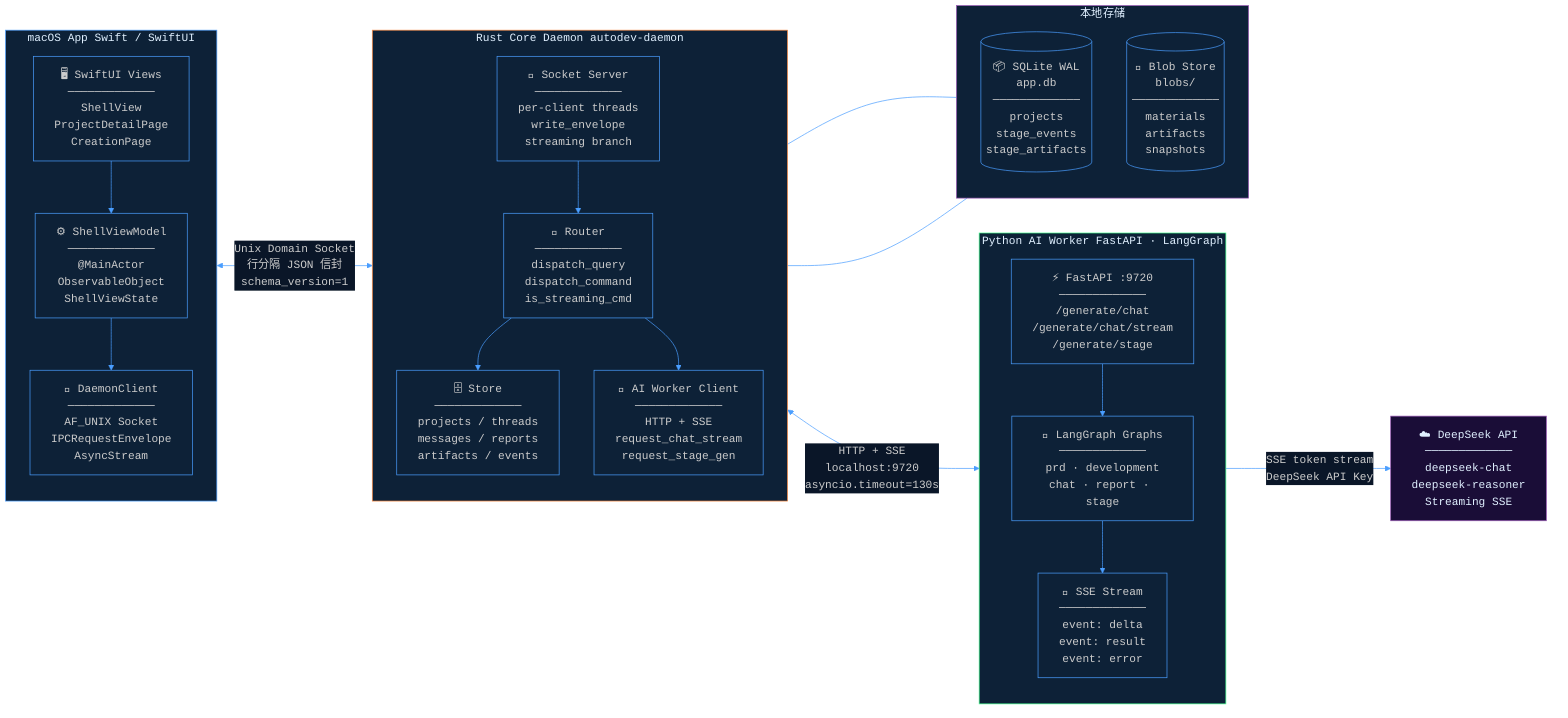
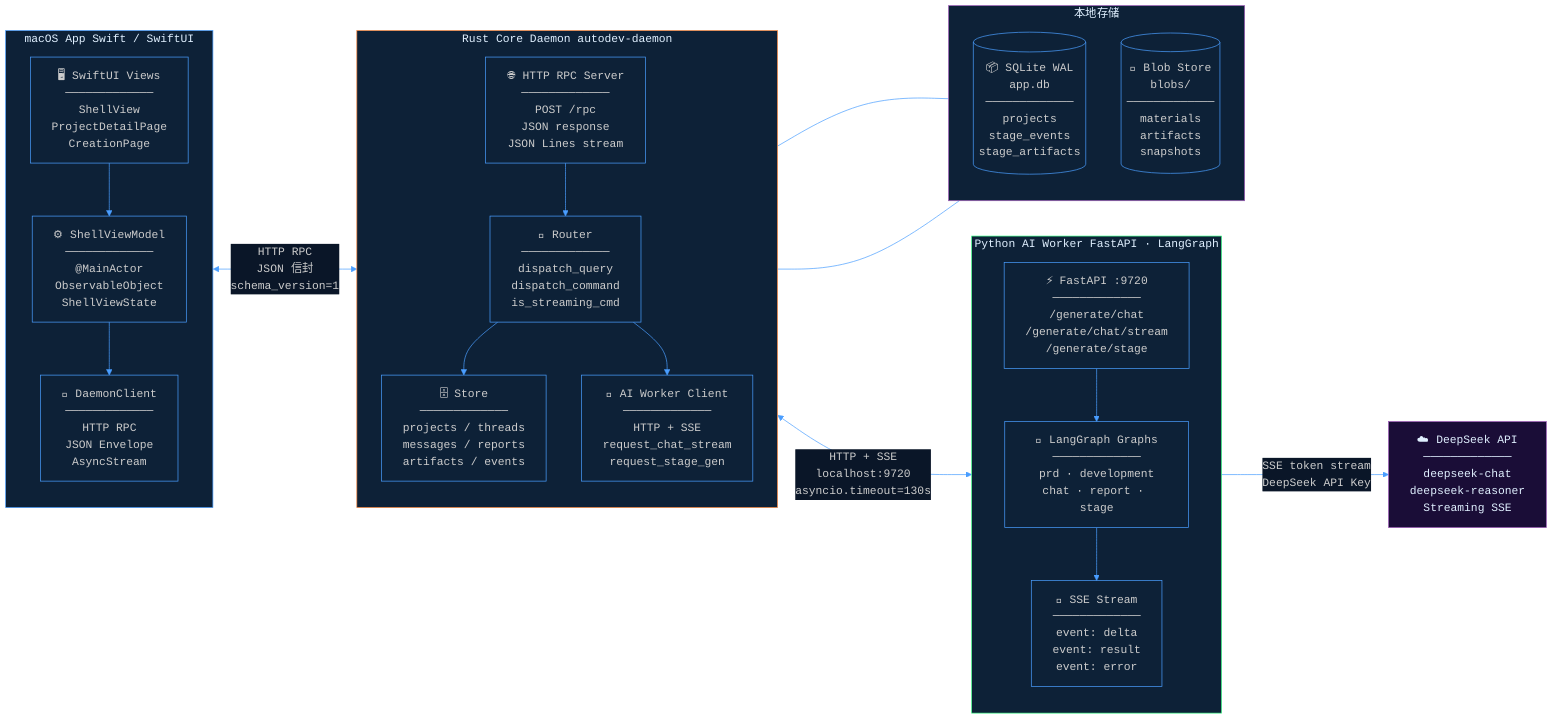
%%{init: {'theme': 'dark', 'themeVariables': {'primaryColor': '#1e3a5f', 'primaryTextColor': '#e0f0ff', 'primaryBorderColor': '#4a9eff', 'lineColor': '#4a9eff', 'secondaryColor': '#0d2137', 'tertiaryColor': '#0a1628', 'background': '#0a1628', 'mainBkg': '#0d2137', 'nodeBorder': '#4a9eff', 'clusterBkg': '#0d2137', 'clusterBorder': '#2a6aaa', 'titleColor': '#7ec8ff', 'edgeLabelBackground': '#0a1628', 'fontFamily': 'monospace'}}}%%
graph LR
    subgraph MacApp["  macOS App  Swift / SwiftUI  "]
        direction TB
        VIEWS["🖥️ SwiftUI Views\n─────────────\nShellView\nProjectDetailPage\nCreationPage"]
        VM["⚙️ ShellViewModel\n─────────────\n@MainActor\nObservableObject\nShellViewState"]
-         DC["📡 DaemonClient\n─────────────\nAF_UNIX Socket\nIPCRequestEnvelope\nAsyncStream"]
+         DC["📡 DaemonClient\n─────────────\nHTTP RPC\nJSON Envelope\nAsyncStream"]
        VIEWS --> VM --> DC
    end

    subgraph RustDaemon["  Rust Core Daemon  autodev-daemon  "]
        direction TB
-         SERVER["🔌 Socket Server\n─────────────\nper-client threads\nwrite_envelope\nstreaming branch"]
+         SERVER["🌐 HTTP RPC Server\n─────────────\nPOST /rpc\nJSON response\nJSON Lines stream"]
        ROUTER["🔀 Router\n─────────────\ndispatch_query\ndispatch_command\nis_streaming_cmd"]
        STORE["🗄️ Store\n─────────────\nprojects / threads\nmessages / reports\nartifacts / events"]
        AICLIENT["🤖 AI Worker Client\n─────────────\nHTTP + SSE\nrequest_chat_stream\nrequest_stage_gen"]
        SERVER --> ROUTER
        ROUTER --> STORE
        ROUTER --> AICLIENT
    end

    subgraph PythonWorker["  Python AI Worker  FastAPI · LangGraph  "]
        direction TB
        FASTAPI["⚡ FastAPI :9720\n─────────────\n/generate/chat\n/generate/chat/stream\n/generate/stage"]
        LANGGRAPH["🧠 LangGraph Graphs\n─────────────\nprd · development\nchat · report · stage"]
        SSE["📶 SSE Stream\n─────────────\nevent: delta\nevent: result\nevent: error"]
        FASTAPI --> LANGGRAPH --> SSE
    end

    subgraph Storage["  本地存储  "]
        direction TB
        DB[("📦 SQLite WAL\napp.db\n─────────────\nprojects\nstage_events\nstage_artifacts")]
        BLOBS[("📁 Blob Store\nblobs/\n─────────────\nmaterials\nartifacts\nsnapshots")]
    end

    DEEPSEEK["☁️ DeepSeek API\n─────────────\ndeepseek-chat\ndeepseek-reasoner\nStreaming SSE"]

-     DC <-->|"Unix Domain Socket\n行分隔 JSON 信封\nschema_version=1"| SERVER
+     DC <-->|"HTTP RPC\nJSON 信封\nschema_version=1"| SERVER
    AICLIENT <-->|"HTTP + SSE\nlocalhost:9720\nasyncio.timeout=130s"| FASTAPI
    STORE --- DB
    STORE --- BLOBS
    LANGGRAPH -->|"SSE token stream\nDeepSeek API Key"| DEEPSEEK

    style MacApp fill:#0d2137,stroke:#4a9eff,color:#e0f0ff
    style RustDaemon fill:#0d2137,stroke:#ff8c42,color:#e0f0ff
    style PythonWorker fill:#0d2137,stroke:#42ff8c,color:#e0f0ff
    style Storage fill:#0d2137,stroke:#9b59b6,color:#e0f0ff
    style DEEPSEEK fill:#1a0d37,stroke:#9b59b6,color:#e0f0ff
